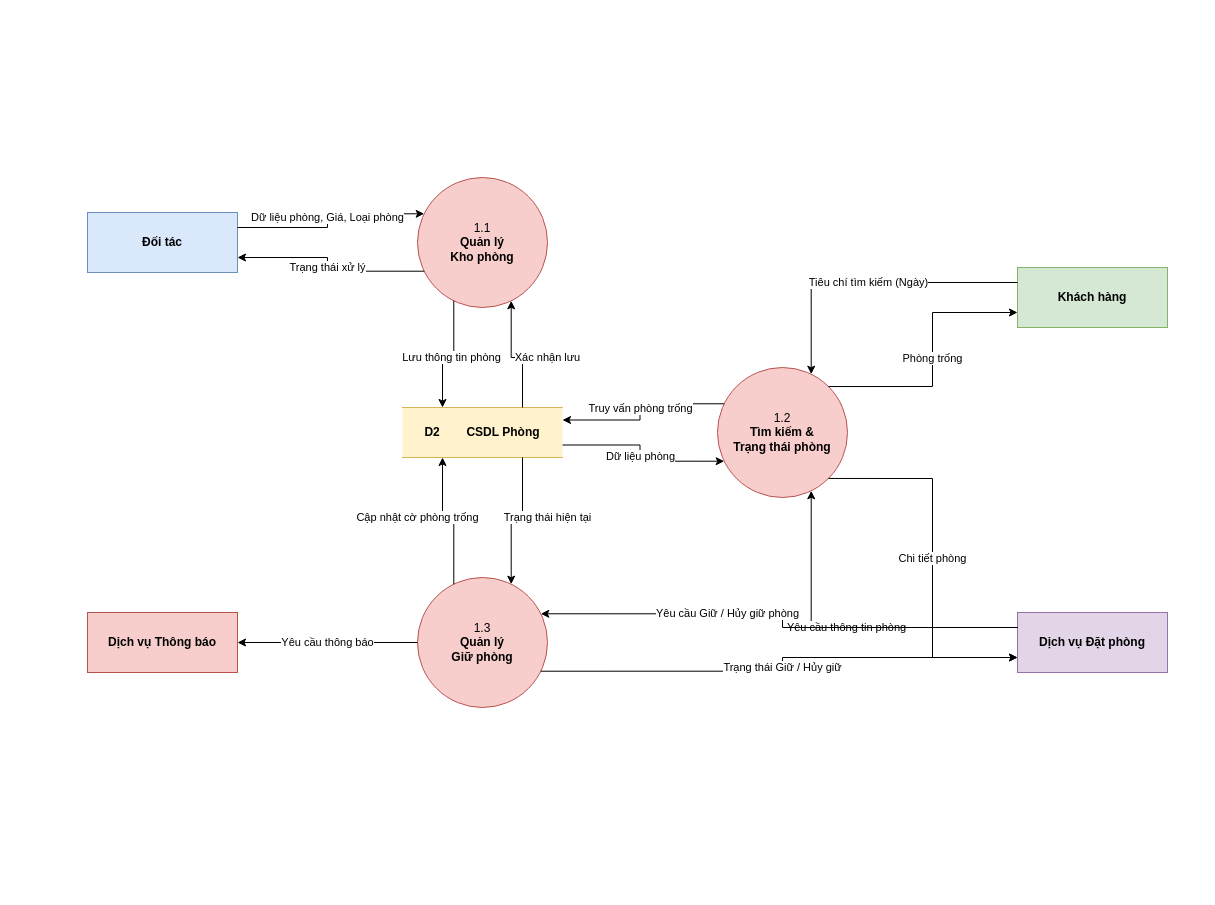
Before: docs/DFD_room_muc1.drawio in nguyenvantai-imfine/System-Booking-service, a draw.io diagram. Source tidied: cells renumbered, new cells numbered last; positions are measured from the earlier drawing's top-left corner, leaving out a move shared by most shapes. Both pictures are drawn from the tidied source at 100%, with x=0, y=0 at pixel (87, 177).
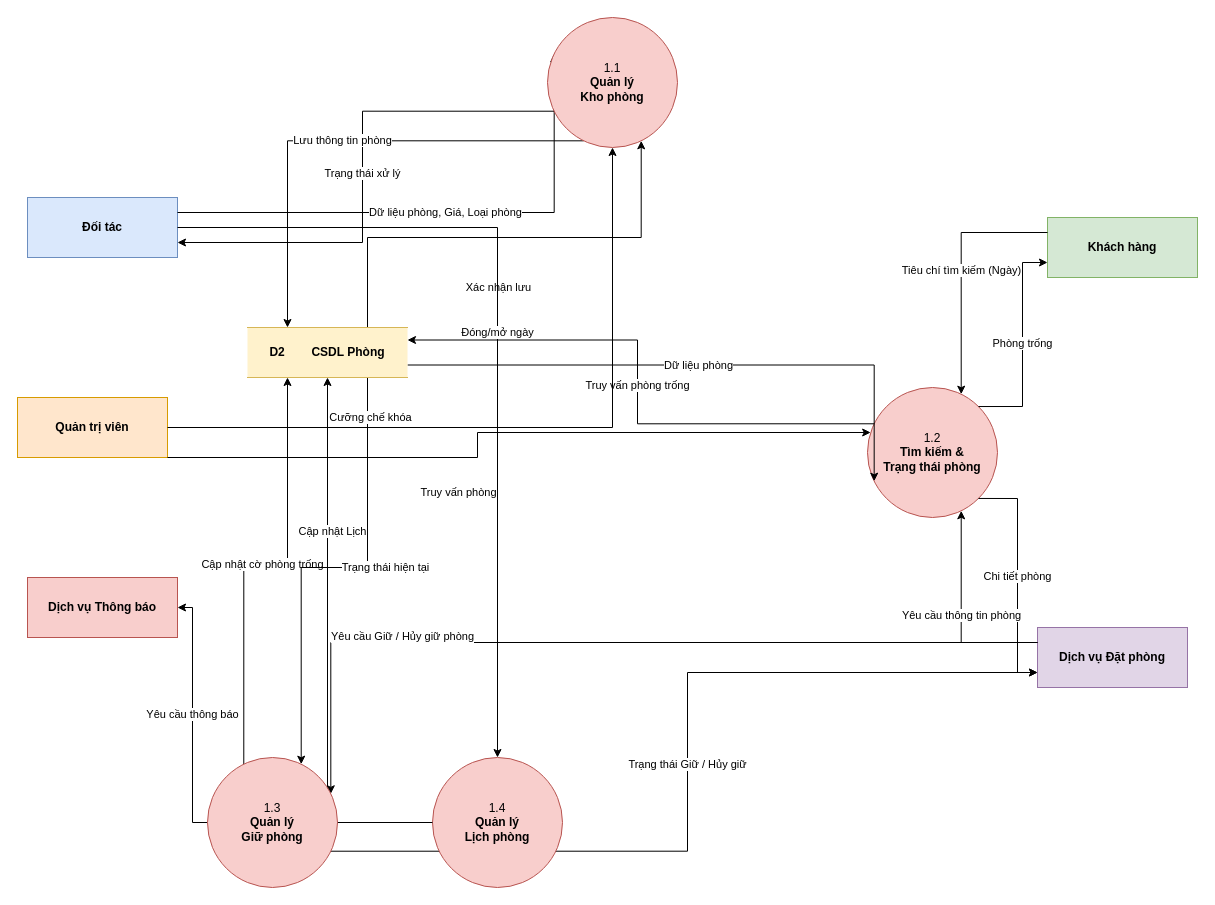
The same page after the edit.

What changed in the source:
```diff
@@
     <mxCell id="2" value="Đối tác" style="rounded=0;whiteSpace=wrap;html=1;fillColor=#dae8fc;strokeColor=#6c8ebf;fontStyle=1;" parent="1" vertex="1">
-      <mxGeometry y="35" width="150" height="60" as="geometry" />
+      <mxGeometry x="-60" y="20" width="150" height="60" as="geometry" />
     </mxCell>
     <mxCell id="3" value="Khách hàng" style="rounded=0;whiteSpace=wrap;html=1;fillColor=#d5e8d4;strokeColor=#82b366;fontStyle=1;" parent="1" vertex="1">
-      <mxGeometry x="930" y="90" width="150" height="60" as="geometry" />
+      <mxGeometry x="960" y="40" width="150" height="60" as="geometry" />
     </mxCell>
     <mxCell id="4" value="Dịch vụ Đặt phòng" style="rounded=0;whiteSpace=wrap;html=1;fillColor=#e1d5e7;strokeColor=#9673a6;fontStyle=1;" parent="1" vertex="1">
-      <mxGeometry x="930" y="435" width="150" height="60" as="geometry" />
+      <mxGeometry x="950" y="450" width="150" height="60" as="geometry" />
     </mxCell>
-    <mxCell id="5" value="1.1&lt;br&gt;&lt;b&gt;Quản lý&lt;br&gt;Kho phòng&lt;/b&gt;" style="ellipse;whiteSpace=wrap;html=1;fillColor=#f8cecc;strokeColor=#b85450;" parent="1" vertex="1">
-      <mxGeometry x="330" width="130" height="130" as="geometry" />
-    </mxCell>
     <mxCell id="6" value="1.2&lt;br&gt;&lt;b&gt;Tìm kiếm &amp;amp;&lt;br&gt;Trạng thái phòng&lt;/b&gt;" style="ellipse;whiteSpace=wrap;html=1;fillColor=#f8cecc;strokeColor=#b85450;" parent="1" vertex="1">
-      <mxGeometry x="630" y="190" width="130" height="130" as="geometry" />
+      <mxGeometry x="780" y="210" width="130" height="130" as="geometry" />
     </mxCell>
-    <mxCell id="7" value="1.3&lt;br&gt;&lt;b&gt;Quản lý&lt;br&gt;Giữ phòng&lt;/b&gt;" style="ellipse;whiteSpace=wrap;html=1;fillColor=#f8cecc;strokeColor=#b85450;" parent="1" vertex="1">
-      <mxGeometry x="330" y="400" width="130" height="130" as="geometry" />
-    </mxCell>
-    <mxCell id="8" value="D2&amp;nbsp; &amp;nbsp; &amp;nbsp; &amp;nbsp; CSDL Phòng" style="shape=partialRectangle;whiteSpace=wrap;html=1;left=0;right=0;fillColor=#fff2cc;strokeColor=#d6b656;fontStyle=1;" parent="1" vertex="1">
-      <mxGeometry x="315" y="230" width="160" height="50" as="geometry" />
-    </mxCell>
@@
-    <mxCell id="15" value="Yêu cầu thông tin phòng" style="edgeStyle=orthogonalEdgeStyle;rounded=0;html=1;exitX=0;exitY=0.25;entryX=0.75;entryY=1;labelBackgroundColor=#ffffff;" parent="1" edge="1" source="4" target="6">
-      <mxGeometry relative="1" as="geometry" />
-    </mxCell>
@@
     <mxCell id="19" value="Yêu cầu Giữ / Hủy giữ phòng" style="edgeStyle=orthogonalEdgeStyle;rounded=0;html=1;exitX=0;exitY=0.25;entryX=1;entryY=0.25;labelBackgroundColor=#ffffff;" parent="1" edge="1" source="4" target="7">
-      <mxGeometry x="0.24" relative="1" as="geometry" />
+      <mxGeometry x="0.48" y="-6" relative="1" as="geometry" />
     </mxCell>
@@
     <mxCell id="23" value="Dịch vụ Thông báo" style="rounded=0;whiteSpace=wrap;html=1;fillColor=#f8cecc;strokeColor=#b85450;fontStyle=1;" parent="1" vertex="1">
-      <mxGeometry y="435" width="150" height="60" as="geometry" />
+      <mxGeometry x="-60" y="400" width="150" height="60" as="geometry" />
     </mxCell>
@@
+    <mxCell id="25" value="Quản trị viên" style="rounded=0;whiteSpace=wrap;html=1;fillColor=#ffe6cc;strokeColor=#d79b00;fontStyle=1;" parent="1" vertex="1">
+      <mxGeometry x="-70" y="220" width="150" height="60" as="geometry" />
+    </mxCell>
+    <mxCell id="26" value="Cưỡng chế khóa" style="edgeStyle=orthogonalEdgeStyle;rounded=0;html=1;labelBackgroundColor=#ffffff;" parent="1" edge="1" source="25" target="5">
+      <mxGeometry x="-0.44" y="10" relative="1" as="geometry" />
+    </mxCell>
+    <mxCell id="27" value="1.4&lt;br&gt;&lt;b&gt;Quản lý&lt;br&gt;Lịch phòng&lt;/b&gt;" style="ellipse;whiteSpace=wrap;html=1;fillColor=#f8cecc;strokeColor=#b85450;" parent="1" vertex="1">
+      <mxGeometry x="345" y="580" width="130" height="130" as="geometry" />
+    </mxCell>
+    <mxCell id="28" value="Đóng/mở ngày" style="edgeStyle=orthogonalEdgeStyle;rounded=0;html=1;labelBackgroundColor=#ffffff;" parent="1" edge="1" source="2" target="27">
+      <mxGeometry relative="1" as="geometry" />
+    </mxCell>
+    <mxCell id="29" value="Cập nhật Lịch" style="edgeStyle=orthogonalEdgeStyle;rounded=0;html=1;labelBackgroundColor=#ffffff;" parent="1" edge="1" source="27" target="8">
+      <mxGeometry x="0.44" y="-5" relative="1" as="geometry" />
+    </mxCell>
+    <mxCell id="5" value="1.1&lt;br&gt;&lt;b&gt;Quản lý&lt;br&gt;Kho phòng&lt;/b&gt;" style="ellipse;whiteSpace=wrap;html=1;fillColor=#f8cecc;strokeColor=#b85450;" parent="1" vertex="1">
+      <mxGeometry x="460" y="-160" width="130" height="130" as="geometry" />
+    </mxCell>
+    <mxCell id="30" value="Truy vấn phòng" style="edgeStyle=orthogonalEdgeStyle;rounded=0;html=1;labelBackgroundColor=#ffffff;" parent="1" edge="1" source="25" target="6">
+      <mxGeometry x="-0.05" y="-30" relative="1" as="geometry">
+        <Array as="points">
+          <mxPoint x="390" y="280" />
+          <mxPoint x="390" y="255" />
+        </Array>
+        <mxPoint x="-30" y="30" as="offset" />
+      </mxGeometry>
+    </mxCell>
+    <mxCell id="8" value="D2&amp;nbsp; &amp;nbsp; &amp;nbsp; &amp;nbsp; CSDL Phòng" style="shape=partialRectangle;whiteSpace=wrap;html=1;left=0;right=0;fillColor=#fff2cc;strokeColor=#d6b656;fontStyle=1;" parent="1" vertex="1">
+      <mxGeometry x="160" y="150" width="160" height="50" as="geometry" />
+    </mxCell>
+    <mxCell id="7" value="1.3&lt;br&gt;&lt;b&gt;Quản lý&lt;br&gt;Giữ phòng&lt;/b&gt;" style="ellipse;whiteSpace=wrap;html=1;fillColor=#f8cecc;strokeColor=#b85450;" parent="1" vertex="1">
+      <mxGeometry x="120" y="580" width="130" height="130" as="geometry" />
+    </mxCell>
+    <mxCell id="15" value="Yêu cầu thông tin phòng" style="edgeStyle=orthogonalEdgeStyle;rounded=0;html=1;exitX=0;exitY=0.25;entryX=0.75;entryY=1;labelBackgroundColor=#ffffff;" parent="1" edge="1" source="4" target="6">
+      <mxGeometry x="-0.01" relative="1" as="geometry" />
+    </mxCell>
```
